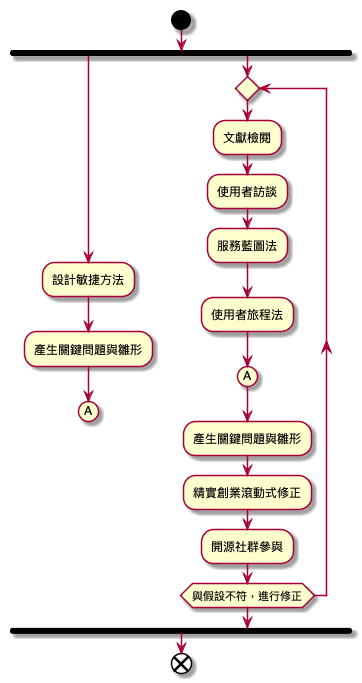
Before: report2/research_flow.png, a diagram exported from PlantUML (SenseTW/ArrTMDReport). Source of this version:
```plantuml
@startuml
start
fork
   :設計敏捷方法;
   :產生關鍵問題與雛形;
    (A)
    detach
fork again
    repeat
    :文獻檢閱;
    :使用者訪談;
    :服務藍圖法;
    :使用者旅程法;
    (A)
    :產生關鍵問題與雛形;
    :精實創業滾動式修正;
    :開源社群參與;
    repeat while (與假設不符，進行修正)
endfork
end
@enduml
```
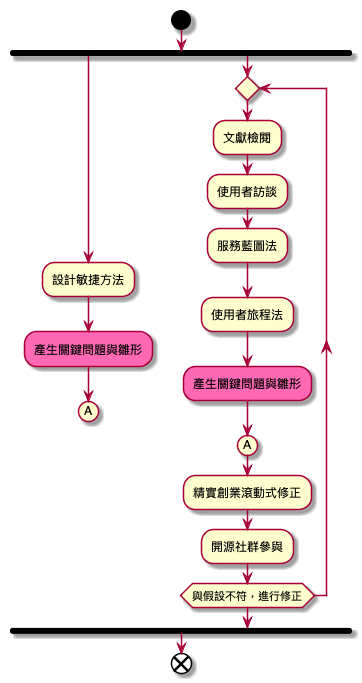
The same diagram one commit later.

Change to the diagram source:
```diff
@@ -2,7 +2,7 @@
 start
 fork
    :設計敏捷方法;
-   :產生關鍵問題與雛形;
+   #HotPink:產生關鍵問題與雛形;
     (A)
     detach
 fork again
@@ -11,8 +11,8 @@
     :使用者訪談;
     :服務藍圖法;
     :使用者旅程法;
+    #HotPink:產生關鍵問題與雛形;
     (A)
-    :產生關鍵問題與雛形;
     :精實創業滾動式修正;
     :開源社群參與;
     repeat while (與假設不符，進行修正)
```
